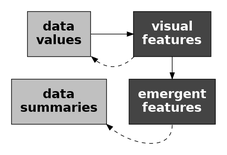
The Graphviz diagram Diagrams/data-vis-vis-stat.png in pmur002/hdvw, before a commit. Its source is kept beside it as Diagrams/data-vis-vis-stat.dot.
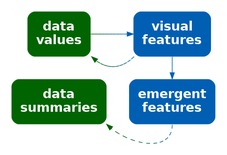
The same diagram one commit later.

What changed in the source:
```diff
@@ -1,16 +1,16 @@
 digraph {
   graph [ rankdir=LR; margin=.2; nodesep=.5 ];
   node [ fontsize=20; fontname="sans bold"; margin=.2 ];
-  data [ label="data\nvalues"; shape=box; style=filled; fillcolor=gray ]
-  stat [ label="data\nsummaries"; shape=box; style=filled; fillcolor=gray ]
+  data [ label="data\nvalues"; shape=box; style="filled, rounded"; penwidth=0; fontcolor=white; fillcolor="#006400" ]
+  stat [ label="data\nsummaries"; shape=box; style="filled, rounded"; penwidth=0; fontcolor=white; fillcolor="#006400" ]
   vis [ label="visual\nfeatures"; shape=box;
-        style=filled; fillcolor="#444444"; fontcolor=white ]
+     style="filled, rounded"; penwidth=0; fontcolor=white; fillcolor="#005FB2" ]
   add [ label="emergent\nfeatures"; shape=box;
-        style=filled; fillcolor="#444444"; fontcolor=white ]
-  data -> vis
-  vis -> add
-  vis:sw -> data:se [ style="dashed" ]
-  add:s -> stat:se [ style="dashed" ]
+     style="filled, rounded"; penwidth=0; fontcolor=white; fillcolor="#005FB2" ]
+  data -> vis [ color="#006400;0.1:#006314;0.1:#006328;0.1:#00623B;0.1:#00624F;0.1:#006163;0.1:#006177;0.1:#00608A;0.1:#00609E;0.1:#005FB2;0.1" ]
+  vis -> add [ color="#005FB2" ]
+  vis:sw -> data:se [ style="dashed", color="#005FB2;0.1:#00609E;0.1:#00608A;0.1:#006177;0.1:#006163;0.1:#00624F;0.1:#00623B;0.1:#006328;0.1:#006314;0.1:#006400;0.1" ]
+  add:s -> stat:se [ style="dashed", color="#005FB2;0.1:#00609E;0.1:#00608A;0.1:#006177;0.1:#006163;0.1:#00624F;0.1:#00623B;0.1:#006328;0.1:#006314;0.1:#006400;0.1" ]
 { rank=same; data, stat }
 { rank=same; vis, add }
 }
```
